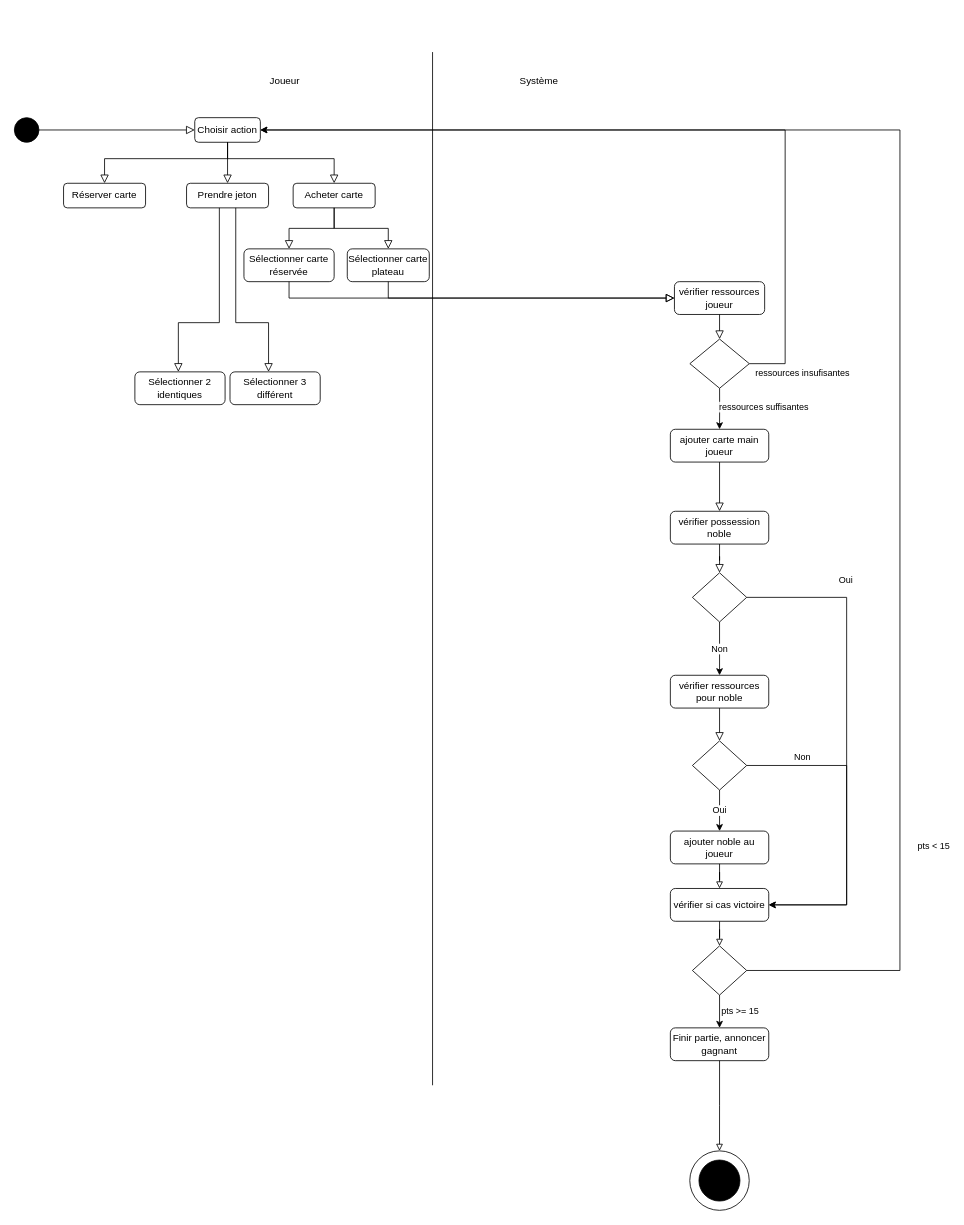
The draw.io diagram Diagrammes/diagramme activité jouer partie.drawio in Igniiis/projet_splendor, before the edit. Source tidied: cells renumbered, new cells numbered last; positions are measured from the earlier drawing's top-left corner, leaving out a move shared by most shapes. Both pictures are drawn from the tidied source at 82%, with x=0, y=0 at pixel (14, 52).
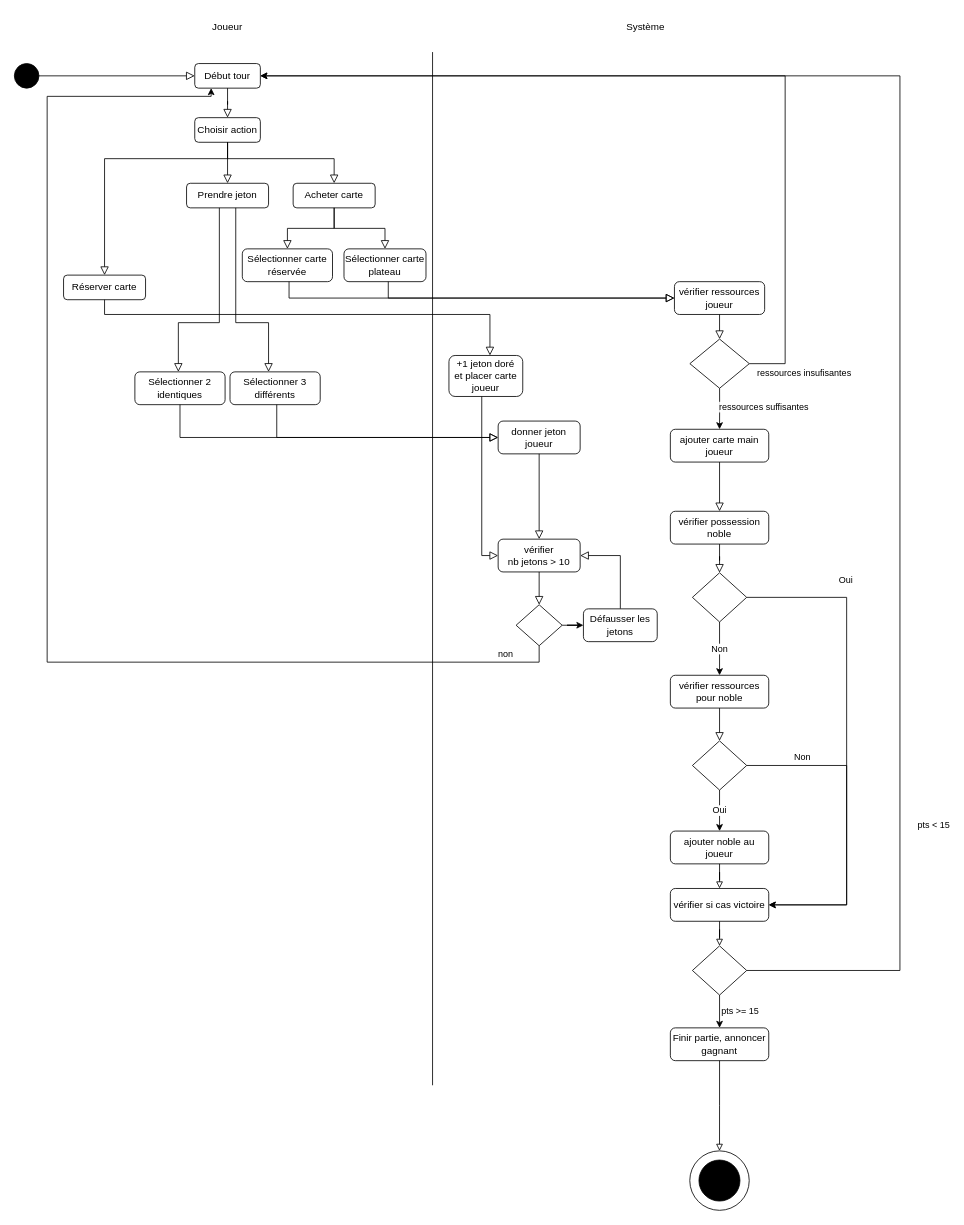
The same diagram, later.

Commit message:
Mettre à jour diagramme activité jouer partie.drawio

The change refers to these unchanged cells:
```xml
<mxCell id="3" value="Choisir action" style="rounded=1;whiteSpace=wrap;html=1;fontSize=12;glass=0;strokeWidth=1;shadow=0;" parent="1" vertex="1">
  <mxGeometry x="220" y="80" width="80" height="30" as="geometry" />
</mxCell>
<mxCell id="24" style="rhombus;whiteSpace=wrap;html=1;shadow=0;fontFamily=Helvetica;fontSize=12;align=center;strokeWidth=1;spacing=6;spacingTop=-4;" parent="1" vertex="1">
  <mxGeometry x="823.8" y="350" width="72.5" height="60" as="geometry" />
</mxCell>
<mxCell id="44" style="rhombus;whiteSpace=wrap;html=1;shadow=0;fontFamily=Helvetica;fontSize=12;align=center;strokeWidth=1;spacing=6;spacingTop=-4;" parent="1" vertex="1">
  <mxGeometry x="826.9" y="1090" width="66.2" height="60" as="geometry" />
</mxCell>
<mxCell id="52" value="Sélectionner 2 identiques" style="rounded=1;whiteSpace=wrap;html=1;fontSize=12;glass=0;strokeWidth=1;shadow=0;" parent="1" vertex="1">
  <mxGeometry x="147" y="390" width="110" height="40" as="geometry" />
</mxCell>
```

The edit, as a diff of the source:
```diff
@@
     <mxCell id="5" style="ellipse;whiteSpace=wrap;html=1;fillColor=#000000;" parent="1" vertex="1">
-      <mxGeometry y="80" width="30" height="30" as="geometry" />
+      <mxGeometry y="14" width="30" height="30" as="geometry" />
     </mxCell>
-    <mxCell id="6" style="rounded=0;html=1;jettySize=auto;fontSize=11;endArrow=block;endFill=0;endSize=8;strokeWidth=1;shadow=0;labelBackgroundColor=none;edgeStyle=orthogonalEdgeStyle;" parent="1" edge="1" source="5" target="3">
+    <mxCell id="6" style="rounded=0;html=1;jettySize=auto;fontSize=11;endArrow=block;endFill=0;endSize=8;strokeWidth=1;shadow=0;labelBackgroundColor=none;edgeStyle=orthogonalEdgeStyle;" parent="1" edge="1" source="5" target="69">
       <mxGeometry relative="1" as="geometry" />
     </mxCell>
     <mxCell id="7" value="Joueur" style="text;html=1;strokeColor=none;fillColor=none;align=center;verticalAlign=middle;whiteSpace=wrap;rounded=0;" parent="1" vertex="1">
-      <mxGeometry x="300" y="20" width="60" height="30" as="geometry" />
+      <mxGeometry x="230" y="-46" width="60" height="30" as="geometry" />
     </mxCell>
     <mxCell id="8" value="Système" style="text;html=1;strokeColor=none;fillColor=none;align=center;verticalAlign=middle;whiteSpace=wrap;rounded=0;" parent="1" vertex="1">
-      <mxGeometry x="610" y="20" width="60" height="30" as="geometry" />
+      <mxGeometry x="740" y="-46" width="60" height="30" as="geometry" />
     </mxCell>
@@
     <mxCell id="12" value="Réserver carte" style="rounded=1;whiteSpace=wrap;html=1;fontSize=12;glass=0;strokeWidth=1;shadow=0;" parent="1" vertex="1">
-      <mxGeometry x="60" y="160" width="100" height="30" as="geometry" />
+      <mxGeometry x="60" y="272" width="100" height="30" as="geometry" />
     </mxCell>
@@
     <mxCell id="14" value="Sélectionner carte plateau" style="rounded=1;whiteSpace=wrap;html=1;fontSize=12;glass=0;strokeWidth=1;shadow=0;" parent="1" vertex="1">
-      <mxGeometry x="406" y="240" width="100" height="40" as="geometry" />
+      <mxGeometry x="402" y="240" width="100" height="40" as="geometry" />
     </mxCell>
@@
     <mxCell id="16" value="Sélectionner carte réservée" style="rounded=1;whiteSpace=wrap;html=1;fontSize=12;glass=0;strokeWidth=1;shadow=0;" parent="1" vertex="1">
-      <mxGeometry x="280" y="240" width="110" height="40" as="geometry" />
+      <mxGeometry x="278" y="240" width="110" height="40" as="geometry" />
     </mxCell>
@@
-    <mxCell id="21" style="edgeStyle=orthogonalEdgeStyle;rounded=0;jettySize=auto;html=1;exitX=1;exitY=0.5;exitDx=0;exitDy=0;" parent="1" edge="1" source="24" target="3">
+    <mxCell id="21" style="edgeStyle=orthogonalEdgeStyle;rounded=0;jettySize=auto;html=1;exitX=1;exitY=0.5;exitDx=0;exitDy=0;" parent="1" edge="1" source="24" target="69">
       <mxGeometry relative="1" as="geometry">
         <Array as="points">
           <mxPoint x="940" y="380" />
-          <mxPoint x="940" y="95" />
+          <mxPoint x="940" y="29" />
         </Array>
       </mxGeometry>
     </mxCell>
@@
-    <mxCell id="41" style="edgeStyle=orthogonalEdgeStyle;rounded=0;jettySize=auto;html=1;exitX=1;exitY=0.5;exitDx=0;exitDy=0;" parent="1" edge="1" source="44" target="3">
+    <mxCell id="41" style="edgeStyle=orthogonalEdgeStyle;rounded=0;jettySize=auto;html=1;exitX=1;exitY=0.5;exitDx=0;exitDy=0;" parent="1" edge="1" source="44" target="69">
       <mxGeometry relative="1" as="geometry">
         <Array as="points">
           <mxPoint x="1080" y="1120" />
-          <mxPoint x="1080" y="95" />
+          <mxPoint x="1080" y="29" />
         </Array>
       </mxGeometry>
     </mxCell>
@@
-    <mxCell id="53" value="Sélectionner 3 différent" style="rounded=1;whiteSpace=wrap;html=1;fontSize=12;glass=0;strokeWidth=1;shadow=0;" parent="1" vertex="1">
+    <mxCell id="53" value="Sélectionner 3 différents" style="rounded=1;whiteSpace=wrap;html=1;fontSize=12;glass=0;strokeWidth=1;shadow=0;" parent="1" vertex="1">
       <mxGeometry x="263" y="390" width="110" height="40" as="geometry" />
     </mxCell>
@@
+    <mxCell id="55" value="vérifier &lt;br&gt;nb jetons &amp;gt; 10" style="rounded=1;whiteSpace=wrap;html=1;fontSize=12;glass=0;strokeWidth=1;shadow=0;" parent="1" vertex="1">
+      <mxGeometry x="590" y="594" width="100" height="40" as="geometry" />
+    </mxCell>
+    <mxCell id="56" style="rounded=0;html=1;jettySize=auto;fontSize=11;endArrow=block;endFill=0;endSize=8;strokeWidth=1;shadow=0;labelBackgroundColor=none;edgeStyle=orthogonalEdgeStyle;" parent="1" edge="1" source="53" target="65">
+      <mxGeometry y="20" relative="1" as="geometry">
+        <Array as="points">
+          <mxPoint x="320" y="470" />
+        </Array>
+      </mxGeometry>
+    </mxCell>
+    <mxCell id="57" style="rounded=0;html=1;jettySize=auto;fontSize=11;endArrow=block;endFill=0;endSize=8;strokeWidth=1;shadow=0;labelBackgroundColor=none;edgeStyle=orthogonalEdgeStyle;" parent="1" edge="1" source="52" target="65">
+      <mxGeometry y="20" relative="1" as="geometry">
+        <Array as="points">
+          <mxPoint x="202" y="470" />
+        </Array>
+      </mxGeometry>
+    </mxCell>
+    <mxCell id="58" value="non" style="edgeStyle=orthogonalEdgeStyle;rounded=0;jettySize=auto;html=1;exitX=0.5;exitY=1;exitDx=0;exitDy=0;entryX=0.25;entryY=1;entryDx=0;entryDy=0;" parent="1" edge="1" source="60" target="69">
+      <mxGeometry x="-0.92" y="-10" relative="1" as="geometry">
+        <Array as="points">
+          <mxPoint x="640" y="744" />
+          <mxPoint x="40" y="744" />
+          <mxPoint x="40" y="54" />
+          <mxPoint x="240" y="54" />
+        </Array>
+      </mxGeometry>
+    </mxCell>
+    <mxCell id="59" style="edgeStyle=orthogonalEdgeStyle;rounded=0;jettySize=auto;html=1;exitX=1;exitY=0.5;exitDx=0;exitDy=0;" parent="1" edge="1" source="60" target="67">
+      <mxGeometry relative="1" as="geometry" />
+    </mxCell>
+    <mxCell id="60" style="rhombus;whiteSpace=wrap;html=1;shadow=0;fontFamily=Helvetica;fontSize=12;align=center;strokeWidth=1;spacing=6;spacingTop=-4;" parent="1" vertex="1">
+      <mxGeometry x="611.9" y="674" width="56.2" height="50" as="geometry" />
+    </mxCell>
+    <mxCell id="61" style="edgeStyle=orthogonalEdgeStyle;rounded=0;html=1;jettySize=auto;fontSize=11;endArrow=block;endFill=0;endSize=8;strokeWidth=1;shadow=0;labelBackgroundColor=none;" parent="1" edge="1" source="55" target="60">
+      <mxGeometry y="10" relative="1" as="geometry" />
+    </mxCell>
+    <mxCell id="62" style="edgeStyle=orthogonalEdgeStyle;rounded=0;html=1;jettySize=auto;fontSize=11;endArrow=block;endFill=0;endSize=8;strokeWidth=1;shadow=0;labelBackgroundColor=none;" parent="1" edge="1" source="67" target="55">
+      <mxGeometry y="10" relative="1" as="geometry">
+        <Array as="points">
+          <mxPoint x="739" y="614" />
+        </Array>
+      </mxGeometry>
+    </mxCell>
+    <mxCell id="63" style="rounded=0;html=1;jettySize=auto;fontSize=11;endArrow=block;endFill=0;endSize=8;strokeWidth=1;shadow=0;labelBackgroundColor=none;edgeStyle=orthogonalEdgeStyle;" parent="1" edge="1" source="12" target="64">
+      <mxGeometry y="20" relative="1" as="geometry">
+        <Array as="points">
+          <mxPoint x="110" y="320" />
+          <mxPoint x="580" y="320" />
+        </Array>
+      </mxGeometry>
+    </mxCell>
+    <mxCell id="64" value="+1 jeton doré&lt;br&gt;et placer carte joueur" style="rounded=1;whiteSpace=wrap;html=1;fontSize=12;glass=0;strokeWidth=1;shadow=0;" parent="1" vertex="1">
+      <mxGeometry x="530" y="370" width="90" height="50" as="geometry" />
+    </mxCell>
+    <mxCell id="65" value="donner jeton joueur" style="rounded=1;whiteSpace=wrap;html=1;fontSize=12;glass=0;strokeWidth=1;shadow=0;" parent="1" vertex="1">
+      <mxGeometry x="590" y="450" width="100" height="40" as="geometry" />
+    </mxCell>
+    <mxCell id="66" style="rounded=0;html=1;jettySize=auto;fontSize=11;endArrow=block;endFill=0;endSize=8;strokeWidth=1;shadow=0;labelBackgroundColor=none;edgeStyle=orthogonalEdgeStyle;" parent="1" edge="1" source="65" target="55">
+      <mxGeometry y="20" relative="1" as="geometry">
+        <Array as="points">
+          <mxPoint x="640" y="480" />
+        </Array>
+      </mxGeometry>
+    </mxCell>
+    <mxCell id="67" value="Défausser les jetons" style="rounded=1;whiteSpace=wrap;html=1;fontSize=12;glass=0;strokeWidth=1;shadow=0;" parent="1" vertex="1">
+      <mxGeometry x="694" y="679" width="90" height="40" as="geometry" />
+    </mxCell>
+    <mxCell id="68" style="rounded=0;html=1;jettySize=auto;fontSize=11;endArrow=block;endFill=0;endSize=8;strokeWidth=1;shadow=0;labelBackgroundColor=none;edgeStyle=orthogonalEdgeStyle;" parent="1" edge="1" source="64" target="55">
+      <mxGeometry y="20" relative="1" as="geometry">
+        <Array as="points">
+          <mxPoint x="570" y="614" />
+        </Array>
+      </mxGeometry>
+    </mxCell>
+    <mxCell id="69" value="Début tour" style="rounded=1;whiteSpace=wrap;html=1;fontSize=12;glass=0;strokeWidth=1;shadow=0;" parent="1" vertex="1">
+      <mxGeometry x="220" y="14" width="80" height="30" as="geometry" />
+    </mxCell>
+    <mxCell id="70" style="rounded=0;html=1;jettySize=auto;fontSize=11;endArrow=block;endFill=0;endSize=8;strokeWidth=1;shadow=0;labelBackgroundColor=none;edgeStyle=orthogonalEdgeStyle;" parent="1" edge="1" source="69" target="3">
+      <mxGeometry relative="1" as="geometry" />
+    </mxCell>
```
